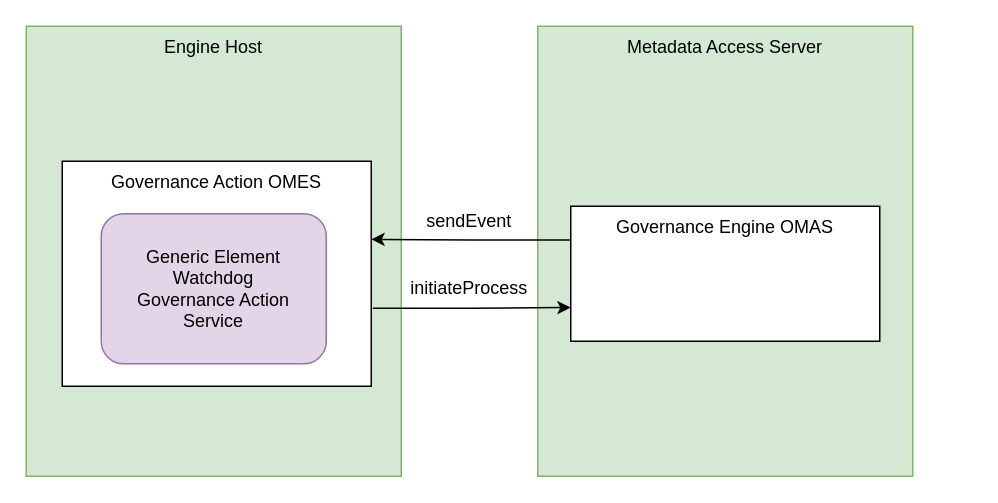
Earlier version of the draw.io diagram page "generic-element-watchdog-governance-action-service" (12 of 17) of site/docs/connectors/connector-catalog.drawio (odpi/egeria-docs). Source tidied: cells renumbered, new cells numbered last; positions are measured from the earlier drawing's top-left corner, leaving out a move shared by most shapes. Both pictures are drawn from the tidied source at 150%, with x=0, y=0 at pixel (26, 26).
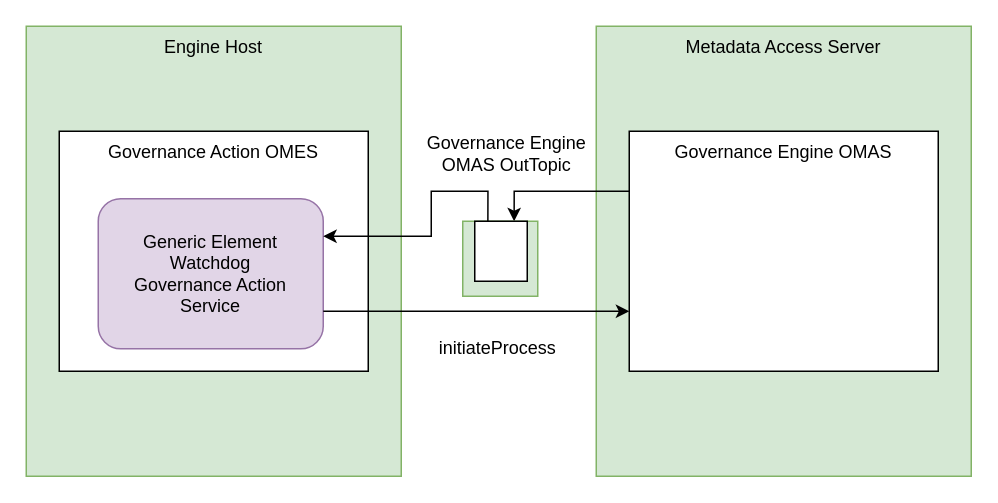
The same diagram, later.

Change to the diagram source:
```diff
@@
 <mxGraphModel>
   <root>
     <mxCell id="0" />
     <mxCell id="1" parent="0" />
     <mxCell id="2" value="Engine Host" style="rounded=0;whiteSpace=wrap;html=1;verticalAlign=top;fillColor=#d5e8d4;strokeColor=#82b366;" parent="1" vertex="1">
       <mxGeometry width="250" height="300" as="geometry" />
     </mxCell>
     <mxCell id="3" value="Governance Action OMES" style="rounded=0;whiteSpace=wrap;html=1;verticalAlign=top;" parent="1" vertex="1">
-      <mxGeometry x="24" y="90" width="206" height="150" as="geometry" />
+      <mxGeometry x="22" y="70" width="206" height="160" as="geometry" />
     </mxCell>
-    <mxCell id="4" value="Generic Element&lt;br&gt;Watchdog&lt;br&gt;Governance Action&lt;br&gt;Service" style="rounded=1;whiteSpace=wrap;html=1;fillColor=#e1d5e7;strokeColor=#9673a6;" parent="1" vertex="1">
-      <mxGeometry x="50" y="125" width="150" height="100" as="geometry" />
+    <mxCell id="4" value="Generic&amp;nbsp;Element&lt;br&gt;Watchdog&lt;br&gt;Governance Action&lt;br&gt;Service" style="rounded=1;whiteSpace=wrap;html=1;fillColor=#e1d5e7;strokeColor=#9673a6;" parent="1" vertex="1">
+      <mxGeometry x="48" y="115" width="150" height="100" as="geometry" />
     </mxCell>
     <mxCell id="5" value="Metadata Access Server" style="rounded=0;whiteSpace=wrap;html=1;verticalAlign=top;fillColor=#d5e8d4;strokeColor=#82b366;" parent="1" vertex="1">
-      <mxGeometry x="341" width="250" height="300" as="geometry" />
+      <mxGeometry x="380" width="250" height="300" as="geometry" />
     </mxCell>
-    <mxCell id="6" style="edgeStyle=orthogonalEdgeStyle;rounded=0;jettySize=auto;html=1;exitX=0;exitY=0.25;exitDx=0;exitDy=0;entryX=1;entryY=0.347;entryDx=0;entryDy=0;entryPerimeter=0;" parent="1" edge="1" source="7" target="3">
-      <mxGeometry relative="1" as="geometry" />
-    </mxCell>
     <mxCell id="7" value="Governance Engine OMAS" style="rounded=0;whiteSpace=wrap;html=1;verticalAlign=top;" parent="1" vertex="1">
-      <mxGeometry x="363" y="120" width="206" height="90" as="geometry" />
+      <mxGeometry x="402" y="70" width="206" height="160" as="geometry" />
     </mxCell>
-    <mxCell id="8" style="edgeStyle=orthogonalEdgeStyle;rounded=0;jettySize=auto;html=1;entryX=0;entryY=0.75;entryDx=0;entryDy=0;exitX=1.005;exitY=0.653;exitDx=0;exitDy=0;exitPerimeter=0;" parent="1" edge="1" source="3" target="7">
-      <mxGeometry relative="1" as="geometry" />
-    </mxCell>
+    <mxCell id="11" style="edgeStyle=orthogonalEdgeStyle;rounded=0;jettySize=auto;html=1;entryX=0;entryY=0.75;entryDx=0;entryDy=0;exitX=1;exitY=0.75;exitDx=0;exitDy=0;" parent="1" edge="1" source="4" target="7">
+      <mxGeometry relative="1" as="geometry" />
+    </mxCell>
     <mxCell id="9" value="initiateProcess" style="text;html=1;align=center;verticalAlign=middle;" parent="1" vertex="1">
-      <mxGeometry x="250" y="165" width="90" height="20" as="geometry" />
+      <mxGeometry x="269" y="205" width="90" height="20" as="geometry" />
     </mxCell>
-    <mxCell id="10" value="sendEvent" style="text;html=1;align=center;verticalAlign=middle;" parent="1" vertex="1">
-      <mxGeometry x="260" y="120" width="70" height="20" as="geometry" />
-    </mxCell>
+    <mxCell id="12" style="edgeStyle=orthogonalEdgeStyle;rounded=0;sketch=0;jettySize=auto;html=1;exitX=0;exitY=0.25;exitDx=0;exitDy=0;entryX=0.75;entryY=0;entryDx=0;entryDy=0;shadow=0;startArrow=none;startFill=0;" parent="1" edge="1" source="7" target="16">
+      <mxGeometry relative="1" as="geometry">
+        <Array as="points">
+          <mxPoint x="325" y="110" />
+        </Array>
+      </mxGeometry>
+    </mxCell>
+    <mxCell id="13" value="Governance Engine&lt;br&gt;OMAS OutTopic" style="text;html=1;align=center;verticalAlign=middle;strokeColor=none;fontSize=12;fontFamily=Helvetica;fontColor=#000000;" parent="1" vertex="1">
+      <mxGeometry x="260" y="70" width="120" height="30" as="geometry" />
+    </mxCell>
+    <mxCell id="14" style="rounded=0;whiteSpace=wrap;html=1;fontFamily=Helvetica;fontSize=12;align=center;fillColor=#d5e8d4;strokeColor=#82b366;" parent="1" vertex="1">
+      <mxGeometry x="291" y="130" width="50" height="50" as="geometry" />
+    </mxCell>
+    <mxCell id="15" style="edgeStyle=orthogonalEdgeStyle;rounded=0;jettySize=auto;html=1;exitX=0.25;exitY=0;exitDx=0;exitDy=0;entryX=1;entryY=0.25;entryDx=0;entryDy=0;startArrow=none;startFill=0;" parent="1" edge="1" source="16" target="4">
+      <mxGeometry relative="1" as="geometry">
+        <Array as="points">
+          <mxPoint x="308" y="110" />
+          <mxPoint x="270" y="110" />
+          <mxPoint x="270" y="140" />
+        </Array>
+      </mxGeometry>
+    </mxCell>
+    <mxCell id="16" style="rounded=0;whiteSpace=wrap;html=1;fontFamily=Helvetica;fontSize=12;fontColor=#000000;align=center;" parent="1" vertex="1">
+      <mxGeometry x="299" y="130" width="35" height="40" as="geometry" />
+    </mxCell>
   </root>
 </mxGraphModel>
```
